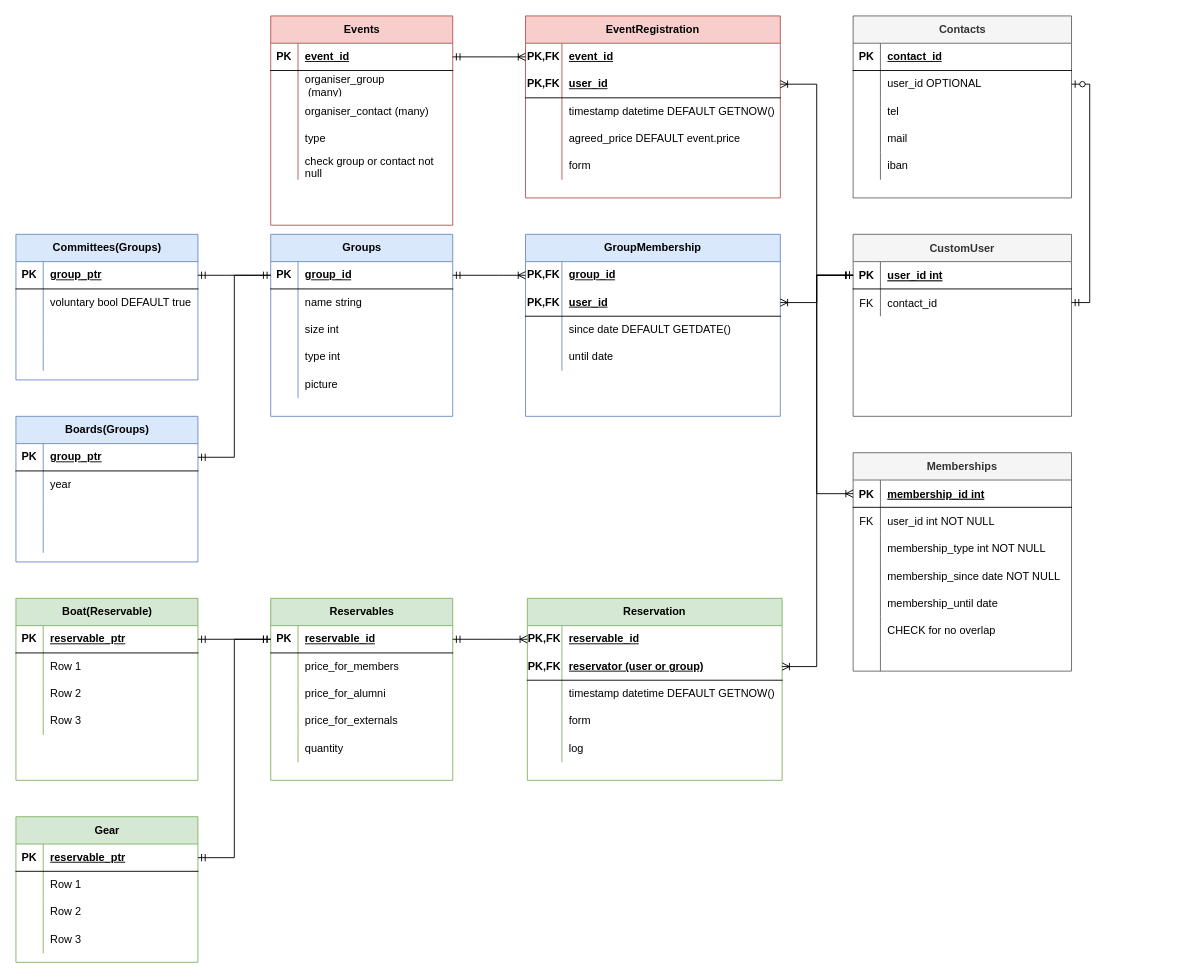
SypTitan/loefsys keeps this draw.io diagram as docs/Untitled Diagram.drawio. Above is the earlier version. Source tidied: cells renumbered, new cells numbered last; positions are measured from the earlier drawing's top-left corner, leaving out a move shared by most shapes. Both pictures are drawn from the tidied source at 91%, with x=0, y=0 at pixel (15, 15).
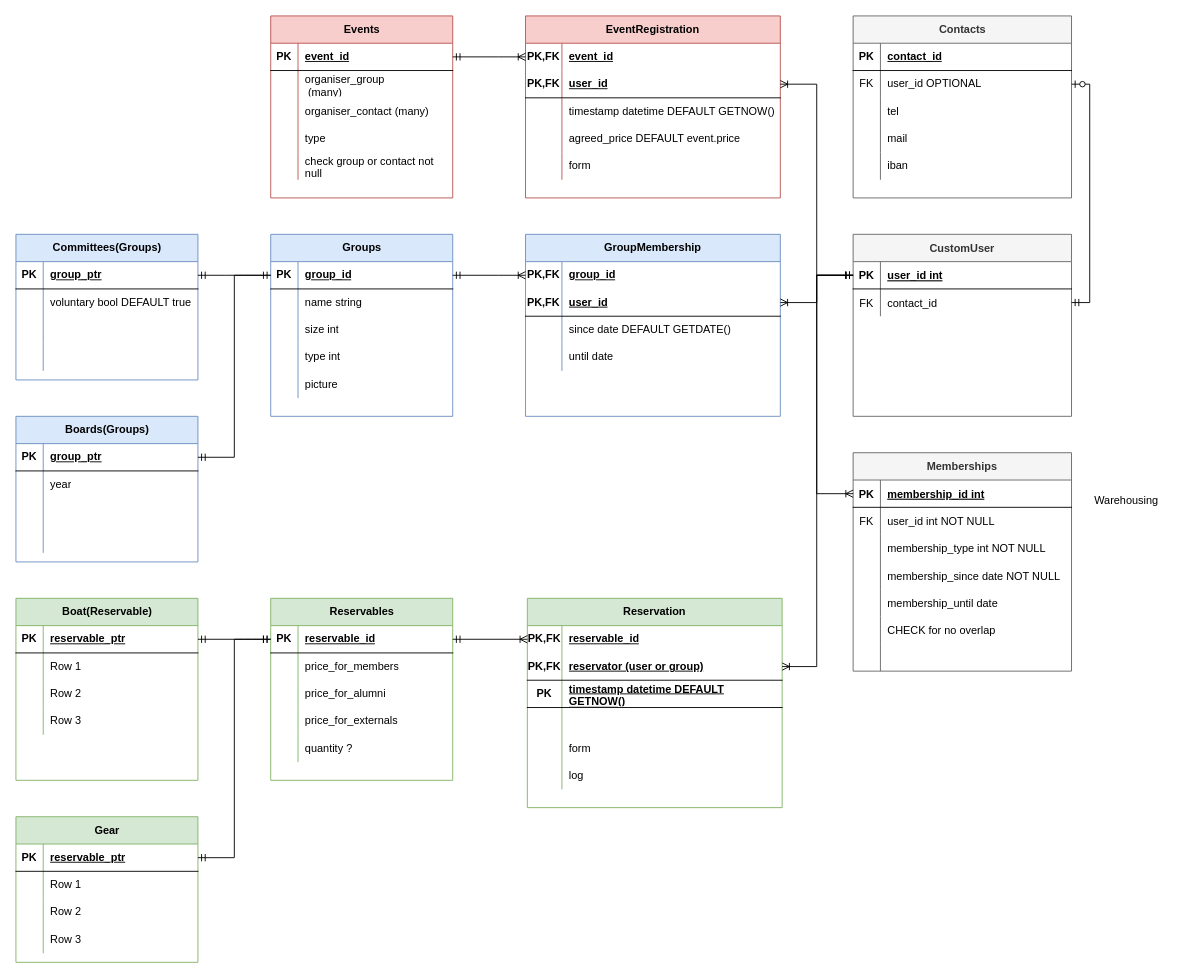
The same page after the edit.

The change refers to these unchanged cells:
```xml
<mxCell id="137" style="shape=tableRow;horizontal=0;startSize=0;swimlaneHead=0;swimlaneBody=0;fillColor=none;top=0;left=0;right=0;bottom=0;" parent="124" vertex="1">
  <mxGeometry y="150" width="200" height="30" as="geometry" />
</mxCell>
<mxCell id="191" style="shape=tableRow;horizontal=0;startSize=0;swimlaneHead=0;swimlaneBody=0;fillColor=none;points=[[0,0.5],[1,0.5]];portConstraint=eastwest;top=0;left=0;right=0;bottom=0;" parent="187" vertex="1">
  <mxGeometry y="60" width="240" height="30" as="geometry" />
</mxCell>
```

What changed in the source:
```diff
@@
     <mxCell id="107" value="Events" style="shape=table;startSize=30;childLayout=tableLayout;rowLines=0;fontStyle=1;align=center;html=1;fillColor=#f8cecc;strokeColor=#b85450;" parent="1" vertex="1">
-      <mxGeometry x="280" width="200" height="230" as="geometry" />
+      <mxGeometry x="280" width="200" height="200" as="geometry" />
     </mxCell>
@@
-    <mxCell id="139" value="quantity" style="shape=partialRectangle;fillColor=none;top=0;left=0;bottom=0;right=0;align=left;spacingLeft=6;overflow=hidden;whiteSpace=wrap;html=1;" parent="137" vertex="1">
+    <mxCell id="139" value="quantity ?&lt;br&gt;" style="shape=partialRectangle;fillColor=none;top=0;left=0;bottom=0;right=0;align=left;spacingLeft=6;overflow=hidden;whiteSpace=wrap;html=1;" parent="137" vertex="1">
       <mxGeometry x="30" width="170" height="30" as="geometry" />
     </mxCell>
     <mxCell id="140" value="Reservation" style="shape=table;startSize=30;childLayout=tableLayout;rowLines=0;fontStyle=1;align=center;html=1;whiteSpace=wrap;fillColor=#d5e8d4;strokeColor=#82b366;" parent="1" vertex="1">
-      <mxGeometry x="562" y="640" width="280" height="200" as="geometry" />
+      <mxGeometry x="562" y="640" width="280" height="230" as="geometry" />
     </mxCell>
@@
+    <mxCell id="204" style="shape=tableRow;horizontal=0;startSize=0;swimlaneHead=0;swimlaneBody=0;fillColor=none;top=0;left=0;right=0;bottom=1;html=1;" parent="140" vertex="1">
+      <mxGeometry y="90" width="280" height="30" as="geometry" />
+    </mxCell>
+    <mxCell id="205" value="PK" style="shape=partialRectangle;fillColor=none;top=0;left=0;bottom=0;right=0;fontStyle=1;overflow=hidden;html=1;whiteSpace=wrap;" parent="204" vertex="1">
+      <mxGeometry width="38" height="30" as="geometry" />
+    </mxCell>
+    <mxCell id="206" value="timestamp datetime DEFAULT GETNOW()" style="shape=partialRectangle;fillColor=none;top=0;left=0;bottom=0;right=0;align=left;spacingLeft=6;fontStyle=5;overflow=hidden;html=1;whiteSpace=wrap;" parent="204" vertex="1">
+      <mxGeometry x="38" width="242" height="30" as="geometry" />
+    </mxCell>
     <mxCell id="147" style="shape=tableRow;horizontal=0;startSize=0;swimlaneHead=0;swimlaneBody=0;fillColor=none;top=0;left=0;right=0;bottom=0;html=1;" parent="140" vertex="1">
-      <mxGeometry y="90" width="280" height="30" as="geometry" />
+      <mxGeometry y="120" width="280" height="30" as="geometry" />
     </mxCell>
@@
-    <mxCell id="149" value="timestamp datetime DEFAULT GETNOW()" style="shape=partialRectangle;fillColor=none;top=0;left=0;bottom=0;right=0;align=left;spacingLeft=6;overflow=hidden;html=1;whiteSpace=wrap;" parent="147" vertex="1">
+    <mxCell id="149" style="shape=partialRectangle;fillColor=none;top=0;left=0;bottom=0;right=0;align=left;spacingLeft=6;overflow=hidden;html=1;whiteSpace=wrap;" parent="147" vertex="1">
       <mxGeometry x="38" width="242" height="30" as="geometry" />
     </mxCell>
     <mxCell id="150" style="shape=tableRow;horizontal=0;startSize=0;swimlaneHead=0;swimlaneBody=0;fillColor=none;top=0;left=0;right=0;bottom=0;html=1;" parent="140" vertex="1">
-      <mxGeometry y="120" width="280" height="30" as="geometry" />
+      <mxGeometry y="150" width="280" height="30" as="geometry" />
     </mxCell>
@@
     <mxCell id="153" style="shape=tableRow;horizontal=0;startSize=0;swimlaneHead=0;swimlaneBody=0;fillColor=none;top=0;left=0;right=0;bottom=0;html=1;" parent="140" vertex="1">
-      <mxGeometry y="150" width="280" height="30" as="geometry" />
+      <mxGeometry y="180" width="280" height="30" as="geometry" />
     </mxCell>
@@
-    <mxCell id="192" style="shape=partialRectangle;fillColor=none;top=0;left=0;bottom=0;right=0;overflow=hidden;whiteSpace=wrap;html=1;" parent="191" vertex="1">
+    <mxCell id="192" value="FK" style="shape=partialRectangle;fillColor=none;top=0;left=0;bottom=0;right=0;overflow=hidden;whiteSpace=wrap;html=1;" parent="191" vertex="1">
       <mxGeometry width="30" height="30" as="geometry" />
     </mxCell>
@@
+    <mxCell id="207" value="Warehousing" style="text;html=1;align=center;verticalAlign=middle;strokeColor=none;fillColor=none;" parent="1" vertex="1">
+      <mxGeometry x="1175" y="518" width="90" height="30" as="geometry" />
+    </mxCell>
```
